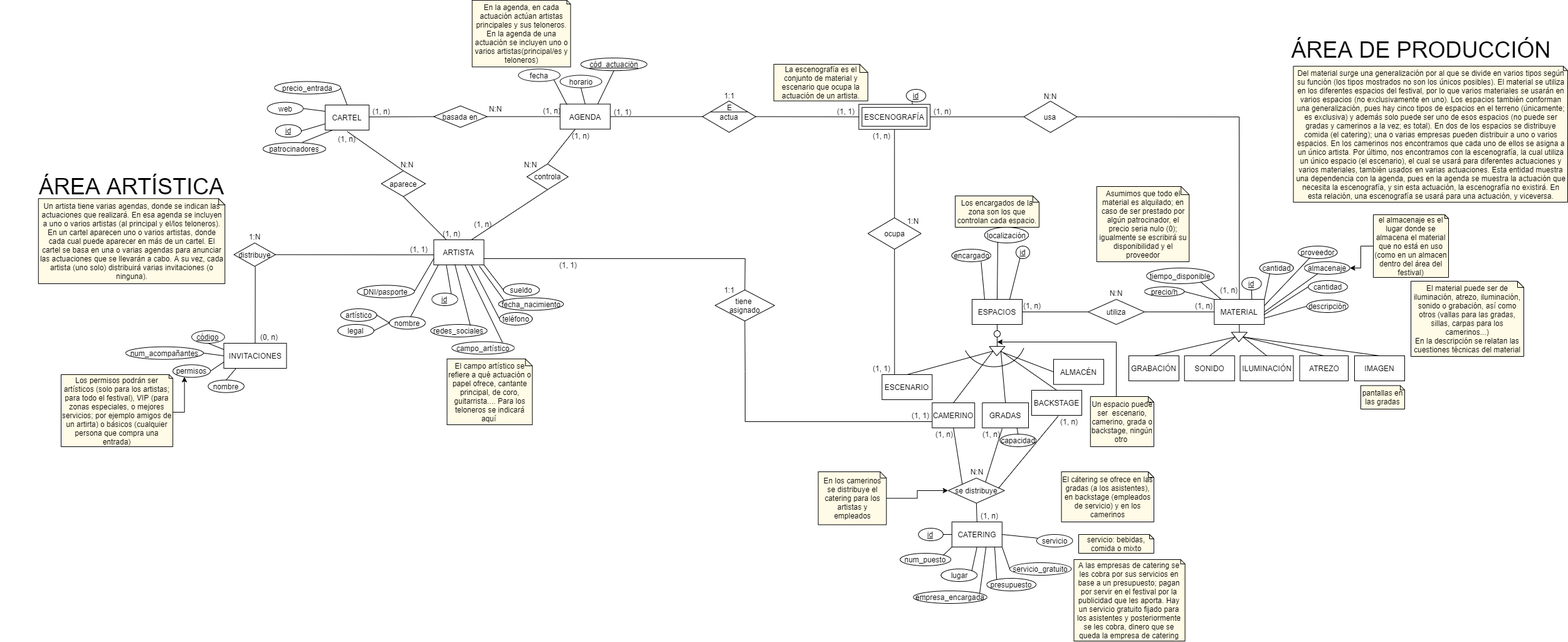
Above: Modelo conceptual/Modelo E-R.png in mariaalamocedillo/Quevedofest (draw.io), before the change. Source tidied: cells renumbered, new cells last; positions are measured from the earlier drawing's top-left corner, leaving out a move shared by most shapes.
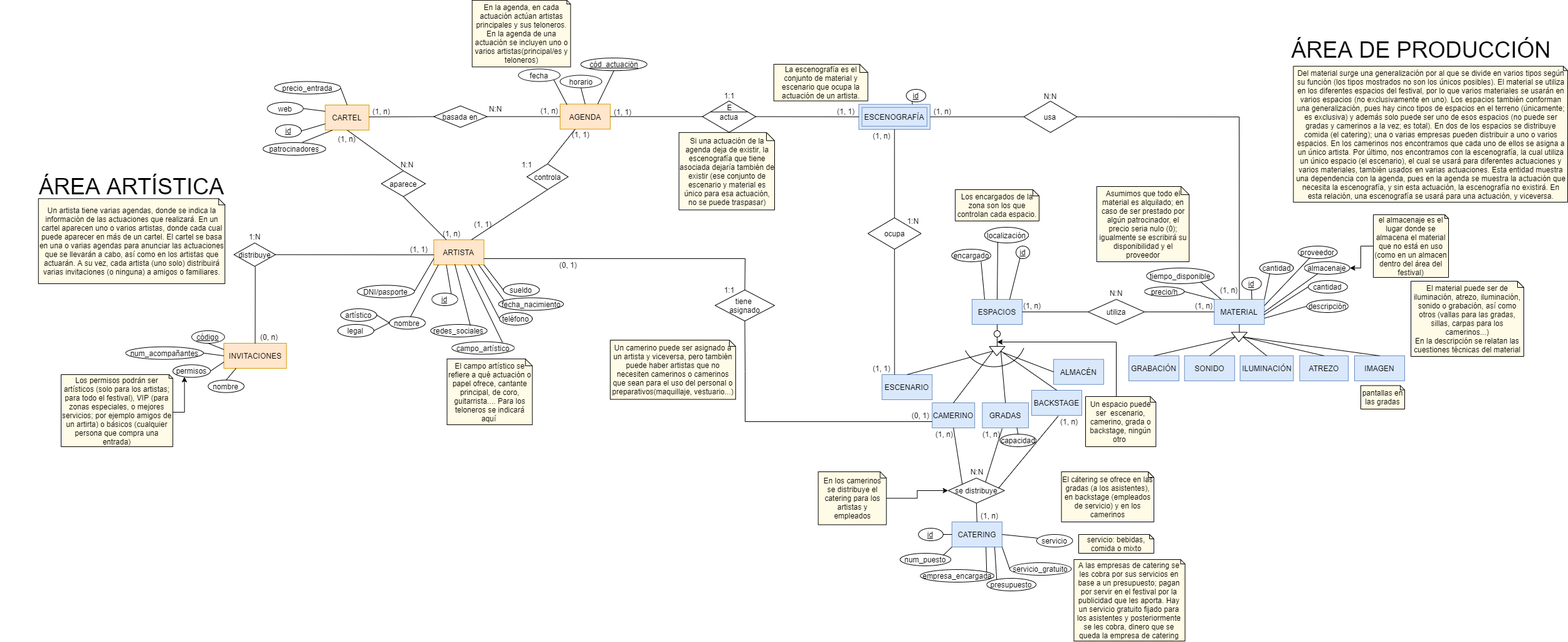
The same diagram one commit later.

Commit message:
Modelo E-R finalizado

Diff of the diagram source:
```diff
@@ -2,46 +2,46 @@
   <root>
     <mxCell id="0" />
     <mxCell id="1" parent="0" />
-    <mxCell id="2" value="ESCENOGRAFÍA" style="shape=ext;margin=3;double=1;whiteSpace=wrap;html=1;align=center;" parent="1" vertex="1">
+    <mxCell id="2" value="ESCENOGRAFÍA" style="shape=ext;margin=3;double=1;whiteSpace=wrap;html=1;align=center;fillColor=#dae8fc;strokeColor=#6c8ebf;" parent="1" vertex="1">
       <mxGeometry x="1369.4" y="165.8" width="113.8" height="40" as="geometry" />
     </mxCell>
-    <mxCell id="3" value="ARTISTA" style="rounded=0;whiteSpace=wrap;html=1;" parent="1" vertex="1">
+    <mxCell id="3" value="ARTISTA" style="rounded=0;whiteSpace=wrap;html=1;fillColor=#ffe6cc;strokeColor=#d79b00;" parent="1" vertex="1">
       <mxGeometry x="691.4" y="382" width="80" height="40" as="geometry" />
     </mxCell>
-    <mxCell id="4" value="CARTEL" style="rounded=0;whiteSpace=wrap;html=1;" parent="1" vertex="1">
+    <mxCell id="4" value="CARTEL" style="rounded=0;whiteSpace=wrap;html=1;fillColor=#ffe6cc;strokeColor=#d79b00;" parent="1" vertex="1">
       <mxGeometry x="518.2" y="167" width="70" height="40" as="geometry" />
     </mxCell>
-    <mxCell id="5" value="INVITACIONES" style="rounded=0;whiteSpace=wrap;html=1;" parent="1" vertex="1">
+    <mxCell id="5" value="INVITACIONES" style="rounded=0;whiteSpace=wrap;html=1;fillColor=#ffe6cc;strokeColor=#d79b00;" parent="1" vertex="1">
       <mxGeometry x="356.5" y="547" width="100" height="40" as="geometry" />
     </mxCell>
-    <mxCell id="6" value="AGENDA" style="rounded=0;whiteSpace=wrap;html=1;" parent="1" vertex="1">
+    <mxCell id="6" value="AGENDA" style="rounded=0;whiteSpace=wrap;html=1;fillColor=#ffe6cc;strokeColor=#d79b00;" parent="1" vertex="1">
       <mxGeometry x="892.8" y="165.5" width="80" height="40" as="geometry" />
     </mxCell>
-    <mxCell id="7" value="MATERIAL" style="rounded=0;whiteSpace=wrap;html=1;" parent="1" vertex="1">
+    <mxCell id="7" value="MATERIAL" style="rounded=0;whiteSpace=wrap;html=1;fillColor=#dae8fc;strokeColor=#6c8ebf;" parent="1" vertex="1">
       <mxGeometry x="1936.2" y="477" width="80" height="40" as="geometry" />
     </mxCell>
-    <mxCell id="8" value="SONIDO" style="rounded=0;whiteSpace=wrap;html=1;" parent="1" vertex="1">
+    <mxCell id="8" value="SONIDO" style="rounded=0;whiteSpace=wrap;html=1;fillColor=#dae8fc;strokeColor=#6c8ebf;" parent="1" vertex="1">
       <mxGeometry x="1888.8" y="567" width="80" height="40" as="geometry" />
     </mxCell>
-    <mxCell id="9" value="GRABACIÓN" style="rounded=0;whiteSpace=wrap;html=1;" parent="1" vertex="1">
+    <mxCell id="9" value="GRABACIÓN" style="rounded=0;whiteSpace=wrap;html=1;fillColor=#dae8fc;strokeColor=#6c8ebf;" parent="1" vertex="1">
       <mxGeometry x="1800" y="567" width="80" height="40" as="geometry" />
     </mxCell>
-    <mxCell id="10" value="ILUMINACIÓN" style="rounded=0;whiteSpace=wrap;html=1;" parent="1" vertex="1">
+    <mxCell id="10" value="ILUMINACIÓN" style="rounded=0;whiteSpace=wrap;html=1;fillColor=#dae8fc;strokeColor=#6c8ebf;" parent="1" vertex="1">
       <mxGeometry x="1977.5" y="567" width="85" height="40" as="geometry" />
     </mxCell>
-    <mxCell id="11" value="ESPACIOS" style="rounded=0;whiteSpace=wrap;html=1;" parent="1" vertex="1">
+    <mxCell id="11" value="ESPACIOS" style="rounded=0;whiteSpace=wrap;html=1;fillColor=#dae8fc;strokeColor=#6c8ebf;" parent="1" vertex="1">
       <mxGeometry x="1550" y="477" width="80" height="40" as="geometry" />
     </mxCell>
-    <mxCell id="12" value="ESCENARIO" style="rounded=0;whiteSpace=wrap;html=1;" parent="1" vertex="1">
+    <mxCell id="12" value="ESCENARIO" style="rounded=0;whiteSpace=wrap;html=1;fillColor=#dae8fc;strokeColor=#6c8ebf;" parent="1" vertex="1">
       <mxGeometry x="1406.3" y="597" width="80" height="40" as="geometry" />
     </mxCell>
-    <mxCell id="13" value="GRADAS" style="rounded=0;whiteSpace=wrap;html=1;" parent="1" vertex="1">
+    <mxCell id="13" value="GRADAS" style="rounded=0;whiteSpace=wrap;html=1;fillColor=#dae8fc;strokeColor=#6c8ebf;" parent="1" vertex="1">
       <mxGeometry x="1566.3" y="642" width="73.7" height="40" as="geometry" />
     </mxCell>
-    <mxCell id="14" value="BACKSTAGE" style="rounded=0;whiteSpace=wrap;html=1;" parent="1" vertex="1">
+    <mxCell id="14" value="BACKSTAGE" style="rounded=0;whiteSpace=wrap;html=1;fillColor=#dae8fc;strokeColor=#6c8ebf;" parent="1" vertex="1">
       <mxGeometry x="1645" y="622" width="80" height="40" as="geometry" />
     </mxCell>
-    <mxCell id="15" value="CATERING" style="rounded=0;whiteSpace=wrap;html=1;" parent="1" vertex="1">
+    <mxCell id="15" value="CATERING" style="rounded=0;whiteSpace=wrap;html=1;fillColor=#dae8fc;strokeColor=#6c8ebf;" parent="1" vertex="1">
       <mxGeometry x="1517.8" y="832" width="80" height="40" as="geometry" />
     </mxCell>
     <mxCell id="16" style="endArrow=none;html=1;rounded=0;exitX=0.5;exitY=1;exitDx=0;exitDy=0;startArrow=none;" parent="1" edge="1" source="190" target="17">
@@ -126,7 +126,7 @@
       </mxGeometry>
     </mxCell>
     <mxCell id="39" value="Un espacio puede ser&amp;nbsp; escenario, camerino, grada o backstage, ningún otro&amp;nbsp;" style="shape=note;size=9;whiteSpace=wrap;html=1;fillColor=#FFFBE6;" parent="1" vertex="1">
-      <mxGeometry x="1738.8" y="632" width="101.2" height="80" as="geometry" />
+      <mxGeometry x="1731" y="632" width="112.2" height="80" as="geometry" />
     </mxCell>
     <mxCell id="40" style="edgeStyle=orthogonalEdgeStyle;rounded=0;jettySize=auto;html=1;entryX=0;entryY=0.5;entryDx=0;entryDy=0;" parent="1" edge="1" source="41" target="32">
       <mxGeometry relative="1" as="geometry" />
@@ -134,7 +134,7 @@
     <mxCell id="41" value="En los camerinos se distribuye el catering para los artistas y empleados" style="shape=note;size=10;whiteSpace=wrap;html=1;fillColor=#FFFBE6;" parent="1" vertex="1">
       <mxGeometry x="1304.6" y="752" width="108.8" height="84.5" as="geometry" />
     </mxCell>
-    <mxCell id="42" value="&lt;span&gt;CAMERINO&lt;/span&gt;" style="rounded=0;whiteSpace=wrap;html=1;" parent="1" vertex="1">
+    <mxCell id="42" value="&lt;span&gt;CAMERINO&lt;/span&gt;" style="rounded=0;whiteSpace=wrap;html=1;fillColor=#dae8fc;strokeColor=#6c8ebf;" parent="1" vertex="1">
       <mxGeometry x="1486.3" y="642" width="67.8" height="40" as="geometry" />
     </mxCell>
     <mxCell id="43" style="endArrow=none;html=1;exitX=0.5;exitY=0;exitDx=0;exitDy=0;entryX=0;entryY=0;entryDx=19.125;entryDy=7.5;entryPerimeter=0;" parent="1" edge="1" source="42" target="17">
@@ -143,7 +143,7 @@
     <mxCell id="44" style="verticalLabelPosition=bottom;verticalAlign=top;html=1;shape=mxgraph.basic.arc;startAngle=0.3;endAngle=0.684029181964259;fillColor=#FFFBE6;" parent="1" vertex="1">
       <mxGeometry x="1535" y="497" width="100" height="87.5" as="geometry" />
     </mxCell>
-    <mxCell id="45" value="IMAGEN" style="rounded=0;whiteSpace=wrap;html=1;" parent="1" vertex="1">
+    <mxCell id="45" value="IMAGEN" style="rounded=0;whiteSpace=wrap;html=1;fillColor=#dae8fc;strokeColor=#6c8ebf;" parent="1" vertex="1">
       <mxGeometry x="2160" y="567" width="80" height="40" as="geometry" />
     </mxCell>
     <mxCell id="46" style="endArrow=none;html=1;exitX=0.5;exitY=0;exitDx=0;exitDy=0;entryX=0;entryY=0;entryDx=6.625;entryDy=7.5;entryPerimeter=0;" parent="1" edge="1" source="45" target="23">
@@ -209,7 +209,7 @@
     <mxCell id="66" style="endArrow=none;html=1;rounded=0;exitX=0.81;exitY=0.074;exitDx=0;exitDy=0;exitPerimeter=0;" parent="1" edge="1" source="61" target="3">
       <mxGeometry relative="1" as="geometry" />
     </mxCell>
-    <mxCell id="67" style="endArrow=none;html=1;rounded=0;exitX=0.091;exitY=0.24;exitDx=0;exitDy=0;entryX=0.907;entryY=1.044;entryDx=0;entryDy=0;entryPerimeter=0;exitPerimeter=0;" parent="1" edge="1" source="54" target="3">
+    <mxCell id="67" style="endArrow=none;html=1;rounded=0;exitX=0.091;exitY=0.24;exitDx=0;exitDy=0;exitPerimeter=0;entryX=0.892;entryY=0.985;entryDx=0;entryDy=0;entryPerimeter=0;" parent="1" edge="1" source="54" target="3">
       <mxGeometry relative="1" as="geometry" />
     </mxCell>
     <mxCell id="68" style="endArrow=none;html=1;rounded=0;entryX=0.092;entryY=0.996;entryDx=0;entryDy=0;entryPerimeter=0;" parent="1" edge="1" source="49" target="3">
@@ -291,7 +291,7 @@
       <mxGeometry relative="1" as="geometry" />
     </mxCell>
     <mxCell id="94" value="Los encargados de la zona son los que controlan cada espacio." style="shape=note;size=10;whiteSpace=wrap;html=1;fillColor=#FFFBE6;" parent="1" vertex="1">
-      <mxGeometry x="1523.1" y="312" width="133.8" height="50" as="geometry" />
+      <mxGeometry x="1523.1" y="302" width="133.8" height="50" as="geometry" />
     </mxCell>
     <mxCell id="95" value="presupuesto" style="ellipse;whiteSpace=wrap;html=1;align=center;fillColor=#FFFFFF;" parent="1" vertex="1">
       <mxGeometry x="1573.3" y="922" width="78.8" height="20" as="geometry" />
@@ -303,7 +303,7 @@
       <mxGeometry relative="1" as="geometry" />
     </mxCell>
     <mxCell id="98" value="empresa_encargada" style="ellipse;whiteSpace=wrap;html=1;align=center;fillColor=#FFFFFF;" parent="1" vertex="1">
-      <mxGeometry x="1456.3" y="942" width="117.5" height="20" as="geometry" />
+      <mxGeometry x="1467.5" y="908" width="117.5" height="20" as="geometry" />
     </mxCell>
     <mxCell id="99" style="endArrow=none;html=1;exitX=0.9;exitY=0.201;exitDx=0;exitDy=0;entryX=0.679;entryY=1.017;entryDx=0;entryDy=0;exitPerimeter=0;entryPerimeter=0;" parent="1" edge="1" source="98" target="15">
       <mxGeometry relative="1" as="geometry" />
@@ -314,7 +314,7 @@
     <mxCell id="101" style="endArrow=none;html=1;exitX=0.967;exitY=0.707;exitDx=0;exitDy=0;entryX=1;entryY=0.5;entryDx=0;entryDy=0;exitPerimeter=0;" parent="1" edge="1" source="100" target="15">
       <mxGeometry relative="1" as="geometry" />
     </mxCell>
-    <mxCell id="102" value="ATREZO" style="rounded=0;whiteSpace=wrap;html=1;" parent="1" vertex="1">
+    <mxCell id="102" value="ATREZO" style="rounded=0;whiteSpace=wrap;html=1;fillColor=#dae8fc;strokeColor=#6c8ebf;" parent="1" vertex="1">
       <mxGeometry x="2072.5" y="567" width="77.5" height="40" as="geometry" />
     </mxCell>
     <mxCell id="103" style="endArrow=none;html=1;exitX=0.5;exitY=0;exitDx=0;exitDy=0;entryX=0;entryY=0;entryDx=6.625;entryDy=7.5;entryPerimeter=0;" parent="1" edge="1" source="102" target="23">
@@ -329,12 +329,6 @@
     <mxCell id="106" style="endArrow=none;html=1;exitX=0;exitY=0;exitDx=0;exitDy=0;entryX=0.5;entryY=1;entryDx=0;entryDy=0;" parent="1" edge="1" source="32" target="42">
       <mxGeometry relative="1" as="geometry" />
     </mxCell>
-    <mxCell id="107" value="lugar" style="ellipse;whiteSpace=wrap;html=1;align=center;fillColor=#FFFFFF;" parent="1" vertex="1">
-      <mxGeometry x="1500.6" y="907" width="57.5" height="20" as="geometry" />
-    </mxCell>
-    <mxCell id="108" style="endArrow=none;html=1;exitX=1;exitY=0;exitDx=0;exitDy=0;entryX=0.5;entryY=1;entryDx=0;entryDy=0;" parent="1" edge="1" source="107" target="15">
-      <mxGeometry relative="1" as="geometry" />
-    </mxCell>
     <mxCell id="109" value="num_puesto" style="ellipse;whiteSpace=wrap;html=1;align=center;fillColor=#FFFFFF;" parent="1" vertex="1">
       <mxGeometry x="1435.2" y="882" width="81" height="20" as="geometry" />
     </mxCell>
@@ -356,10 +350,8 @@
     <mxCell id="115" style="endArrow=none;html=1;rounded=0;exitX=0.5;exitY=1;exitDx=0;exitDy=0;entryX=0.25;entryY=0;entryDx=0;entryDy=0;" parent="1" edge="1" source="117" target="3">
       <mxGeometry relative="1" as="geometry" />
     </mxCell>
-    <mxCell id="116" style="endArrow=none;html=1;rounded=0;entryX=0.5;entryY=0;entryDx=0;entryDy=0;" parent="1" edge="1" target="117">
-      <mxGeometry relative="1" as="geometry">
-        <mxPoint x="553" y="209" as="sourcePoint" />
-      </mxGeometry>
+    <mxCell id="116" style="endArrow=none;html=1;rounded=0;entryX=0.5;entryY=0;entryDx=0;entryDy=0;exitX=0.5;exitY=1;exitDx=0;exitDy=0;" parent="1" edge="1" source="4" target="117">
+      <mxGeometry relative="1" as="geometry" />
     </mxCell>
     <mxCell id="117" value="aparece" style="shape=rhombus;perimeter=rhombusPerimeter;whiteSpace=wrap;html=1;align=center;" parent="1" vertex="1">
       <mxGeometry x="607.7" y="272" width="70.2" height="41" as="geometry" />
@@ -522,12 +514,9 @@
     <mxCell id="167" value="N:N" style="text;html=1;strokeColor=none;fillColor=none;align=center;verticalAlign=middle;whiteSpace=wrap;rounded=0;" parent="1" vertex="1">
       <mxGeometry x="1537.8" y="742" width="40" height="20" as="geometry" />
     </mxCell>
-    <mxCell id="168" value="(1, n)" style="text;html=1;strokeColor=none;fillColor=none;align=center;verticalAlign=middle;whiteSpace=wrap;rounded=0;" parent="1" vertex="1">
+    <mxCell id="168" value="(1, 1)" style="text;html=1;strokeColor=none;fillColor=none;align=center;verticalAlign=middle;whiteSpace=wrap;rounded=0;" parent="1" vertex="1">
       <mxGeometry x="750" y="347" width="40" height="20" as="geometry" />
     </mxCell>
-    <mxCell id="169" value="N:N" style="text;html=1;strokeColor=none;fillColor=none;align=center;verticalAlign=middle;whiteSpace=wrap;rounded=0;" parent="1" vertex="1">
-      <mxGeometry x="826.3" y="252" width="40" height="20" as="geometry" />
-    </mxCell>
     <mxCell id="170" value="(1, n)" style="text;html=1;strokeColor=none;fillColor=none;align=center;verticalAlign=middle;whiteSpace=wrap;rounded=0;" parent="1" vertex="1">
       <mxGeometry x="700" y="362" width="40" height="20" as="geometry" />
     </mxCell>
@@ -550,12 +539,12 @@
       <mxGeometry x="648.4" y="387" width="40" height="20" as="geometry" />
     </mxCell>
     <mxCell id="177" value="(1, n)" style="text;html=1;strokeColor=none;fillColor=none;align=center;verticalAlign=middle;whiteSpace=wrap;rounded=0;" parent="1" vertex="1">
-      <mxGeometry x="859.9" y="165.8" width="40" height="20" as="geometry" />
+      <mxGeometry x="856" y="165.8" width="40" height="20" as="geometry" />
     </mxCell>
     <mxCell id="178" value="N:N" style="text;html=1;strokeColor=none;fillColor=none;align=center;verticalAlign=middle;whiteSpace=wrap;rounded=0;" parent="1" vertex="1">
       <mxGeometry x="769.5" y="162.6" width="40" height="20" as="geometry" />
     </mxCell>
-    <mxCell id="179" value="Un artista tiene varias agendas, donde se indican las actuaciones que realizará. En esa agenda se incluyen a uno o varios artistas (al principal y el/los teloneros). En un cartel aparecen uno o varios artistas, donde cada cual puede aparecer en más de un cartel. El cartel se basa en una o varias agendas para anunciar las actuaciones que se llevarán a cabo. A su vez, cada artista (uno solo) distribuirá varias invitaciones (o ninguna)." style="shape=note;size=10;whiteSpace=wrap;html=1;fillColor=#FFFBE6;" parent="1" vertex="1">
+    <mxCell id="179" value="Un artista tiene varias agendas, donde se indica la información de las actuaciones que realizará. En un cartel aparecen uno o varios artistas, donde cada cual puede aparecer en más de un cartel. El cartel se basa en una o varias agendas para anunciar las actuaciones que se llevarán a cabo, así como en los artistas que actuarán. A su vez, cada artista (uno solo) distribuirá varias invitaciones (o ninguna) a amigos o familiares." style="shape=note;size=10;whiteSpace=wrap;html=1;fillColor=#FFFBE6;" parent="1" vertex="1">
       <mxGeometry x="60.8" y="316.3" width="297.5" height="135.7" as="geometry" />
     </mxCell>
     <mxCell id="180" value="actua" style="shape=rhombus;perimeter=rhombusPerimeter;whiteSpace=wrap;html=1;align=center;" parent="1" vertex="1">
@@ -586,10 +575,10 @@
     <mxCell id="185" value="1:1" style="text;html=1;strokeColor=none;fillColor=none;align=center;verticalAlign=middle;whiteSpace=wrap;rounded=0;" parent="1" vertex="1">
       <mxGeometry x="1142.5" y="142" width="40" height="20" as="geometry" />
     </mxCell>
-    <mxCell id="186" value="(1, 1)" style="text;html=1;strokeColor=none;fillColor=none;align=center;verticalAlign=middle;whiteSpace=wrap;rounded=0;" parent="1" vertex="1">
+    <mxCell id="186" value="(0, 1)" style="text;html=1;strokeColor=none;fillColor=none;align=center;verticalAlign=middle;whiteSpace=wrap;rounded=0;" parent="1" vertex="1">
       <mxGeometry x="1450" y="652" width="36.3" height="20" as="geometry" />
     </mxCell>
-    <mxCell id="187" value="(1, 1)" style="text;html=1;strokeColor=none;fillColor=none;align=center;verticalAlign=middle;whiteSpace=wrap;rounded=0;" parent="1" vertex="1">
+    <mxCell id="187" value="(0, 1)" style="text;html=1;strokeColor=none;fillColor=none;align=center;verticalAlign=middle;whiteSpace=wrap;rounded=0;" parent="1" vertex="1">
       <mxGeometry x="885.9" y="412" width="40" height="20" as="geometry" />
     </mxCell>
     <mxCell id="188" value="1:1" style="text;html=1;strokeColor=none;fillColor=none;align=center;verticalAlign=middle;whiteSpace=wrap;rounded=0;" parent="1" vertex="1">
@@ -624,8 +613,8 @@
         <mxPoint x="588" y="186" as="sourcePoint" />
       </mxGeometry>
     </mxCell>
-    <mxCell id="198" value="(1, n)" style="text;html=1;strokeColor=none;fillColor=none;align=center;verticalAlign=middle;whiteSpace=wrap;rounded=0;" parent="1" vertex="1">
-      <mxGeometry x="906.1" y="205.5" width="40" height="20" as="geometry" />
+    <mxCell id="198" value="(1, 1)" style="text;html=1;strokeColor=none;fillColor=none;align=center;verticalAlign=middle;whiteSpace=wrap;rounded=0;" parent="1" vertex="1">
+      <mxGeometry x="906.1" y="203.6" width="40" height="20" as="geometry" />
     </mxCell>
     <mxCell id="199" style="endArrow=none;html=1;rounded=0;entryX=1;entryY=0.5;entryDx=0;entryDy=0;exitX=0;exitY=0.5;exitDx=0;exitDy=0;" parent="1" edge="1" source="180" target="6">
       <mxGeometry relative="1" as="geometry" />
@@ -633,7 +622,7 @@
     <mxCell id="200" value="Del material surge una generalización por al que se divide en varios tipos según su función (los tipos mostrados no son los únicos posibles). El material se utiliza en los diferentes espacios del festival, por lo que varios materiales se usarán en varios espacios (no exclusivamente en uno). Los espacios también conforman una generalización, pues hay cinco tipos de espacios en el terreno (únicamente; es exclusiva) y además solo puede ser uno de esos espacios (no puede ser gradas y camerinos a la vez; es total). En dos de los espacios se distribuye comida (el catering); una o varias empresas pueden distribuir a uno o varios espacios. En los camerinos nos encontramos que cada uno de ellos se asigna a un único artista. Por último, nos encontramos con la escenografía, la cual utiliza un único espacio (el escenario), el cual se usará para diferentes actuaciones y varios materiales, también usados en varias actuaciones. Esta entidad muestra una dependencia con la agenda, pues en la agenda se muestra la actuación que necesita la escenografía, y sin esta actuación, la escenografía no existirá. En esta relación, una escenografía se usará para una actuación, y viceversa." style="shape=note;size=7;whiteSpace=wrap;html=1;fillColor=#FFFBE6;" parent="1" vertex="1">
       <mxGeometry x="2062.5" y="105.2" width="437.5" height="216.8" as="geometry" />
     </mxCell>
-    <mxCell id="201" value="ALMACÉN" style="rounded=0;whiteSpace=wrap;html=1;" parent="1" vertex="1">
+    <mxCell id="201" value="ALMACÉN" style="rounded=0;whiteSpace=wrap;html=1;fillColor=#dae8fc;strokeColor=#6c8ebf;" parent="1" vertex="1">
       <mxGeometry x="1680" y="572.7" width="80" height="40" as="geometry" />
     </mxCell>
     <mxCell id="202" style="endArrow=none;html=1;rounded=0;entryX=0;entryY=0.5;entryDx=0;entryDy=0;" parent="1" edge="1" target="201">
@@ -661,5 +650,14 @@
     <mxCell id="206" value="(1, n)" style="text;html=1;strokeColor=none;fillColor=none;align=center;verticalAlign=middle;whiteSpace=wrap;rounded=0;" parent="1" vertex="1">
       <mxGeometry x="1685" y="662" width="40" height="20" as="geometry" />
     </mxCell>
+    <mxCell id="207" value="Un camerino puede ser asignado a un artista y viceversa, pero también puede haber artistas que no necesiten camerinos o camerinos que sean para el uso del personal o preparativos(maquillaje, vestuario...)" style="shape=note;size=10;whiteSpace=wrap;html=1;fillColor=#FFFBE6;" parent="1" vertex="1">
+      <mxGeometry x="972.9" y="542" width="200" height="94.5" as="geometry" />
+    </mxCell>
+    <mxCell id="208" value="Si una actuación de la agenda deja de existir, la escenografía que tiene asociada dejaría también de existir (ese conjunto de escenario y material es único para esa actuación, no se puede traspasar)" style="shape=note;size=13;whiteSpace=wrap;html=1;fillColor=#FFFBE6;" parent="1" vertex="1">
+      <mxGeometry x="1082.5" y="210.8" width="152.5" height="123.5" as="geometry" />
+    </mxCell>
+    <mxCell id="209" value="1:1" style="text;html=1;strokeColor=none;fillColor=none;align=center;verticalAlign=middle;whiteSpace=wrap;rounded=0;" parent="1" vertex="1">
+      <mxGeometry x="820" y="252" width="40" height="20" as="geometry" />
+    </mxCell>
   </root>
 </mxGraphModel>
```
